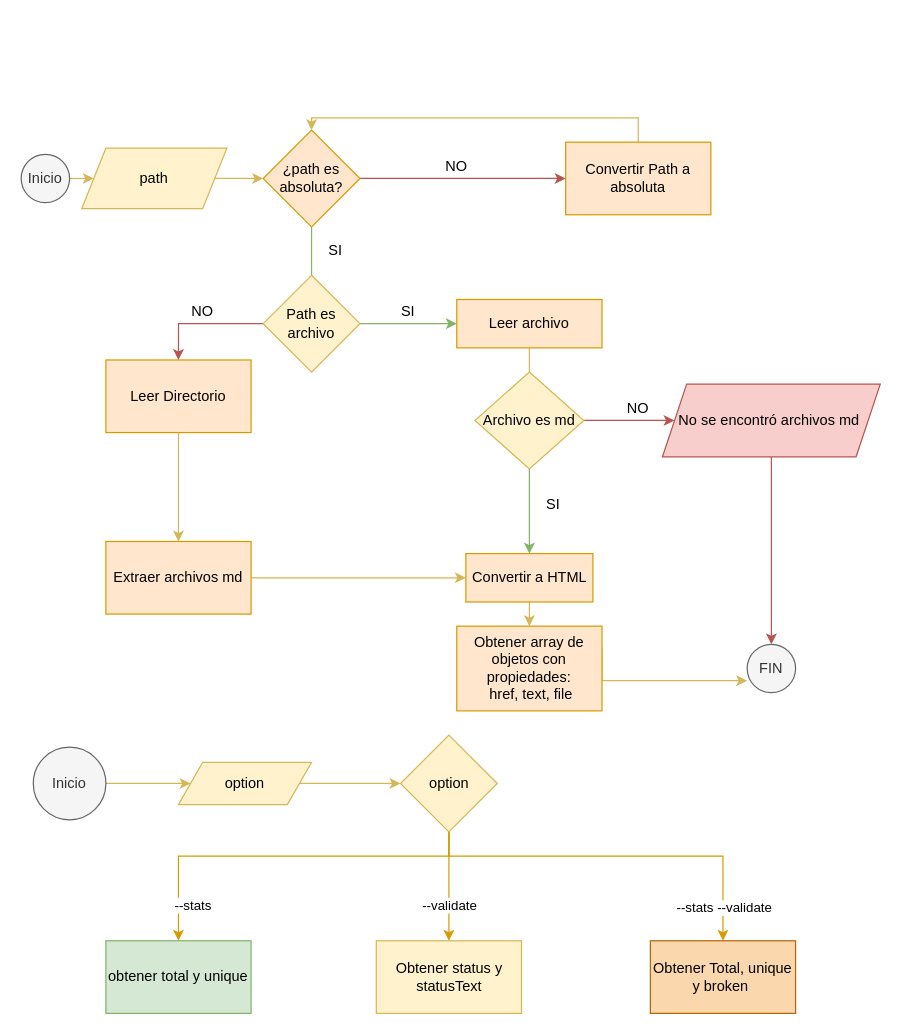
Above: Untitled Diagram.drawio in SharonHQ/LIM013-fe-md-links (draw.io), before the change. Source tidied: cells renumbered, new cells numbered last; positions are measured from the earlier drawing's top-left corner, leaving out a move shared by most shapes. Both pictures are drawn from the tidied source at 121%, with x=0, y=0 at pixel (21, 129).
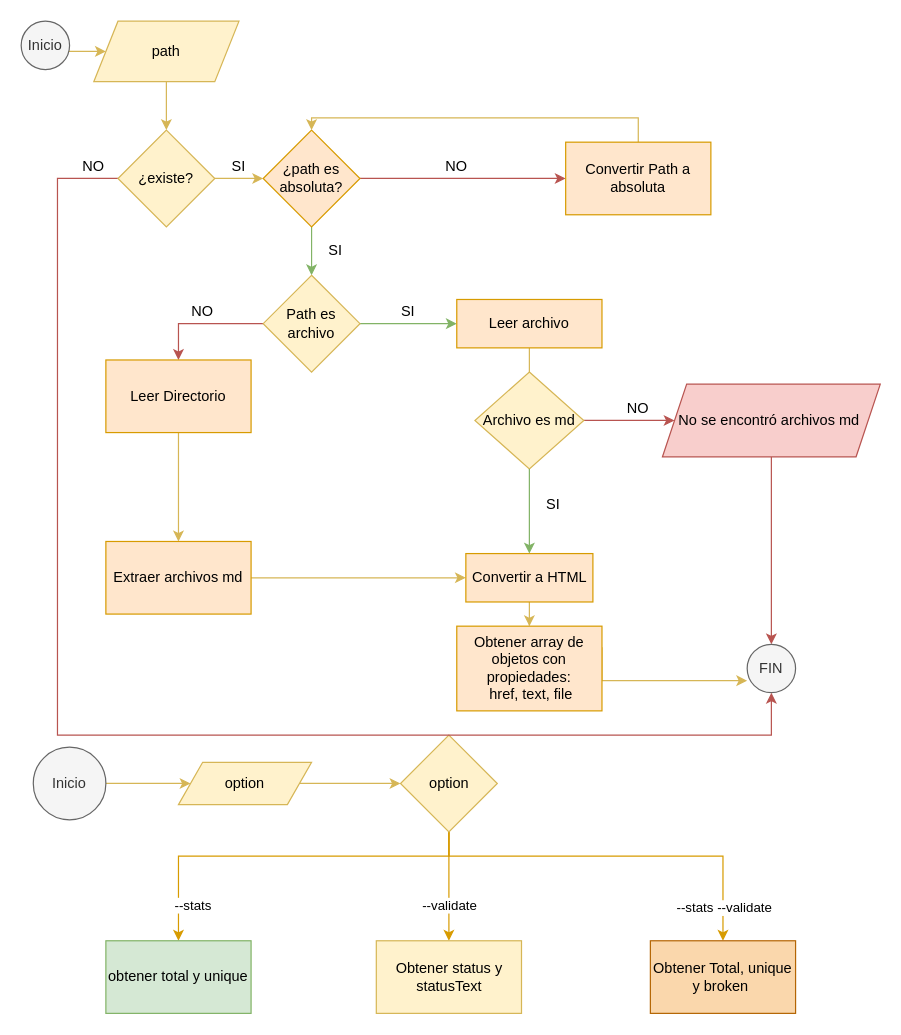
After the change.

Unchanged cells that the change refers to:
```xml
<mxCell id="8" value="¿path es absoluta?" style="rhombus;whiteSpace=wrap;html=1;fillColor=#ffe6cc;strokeColor=#d79b00;" parent="1" vertex="1">
  <mxGeometry x="200" width="80" height="80" as="geometry" />
</mxCell>
<mxCell id="17" value="Path es archivo" style="rhombus;whiteSpace=wrap;html=1;fillColor=#fff2cc;strokeColor=#d6b656;" parent="1" vertex="1">
  <mxGeometry x="200" y="120" width="80" height="80" as="geometry" />
</mxCell>
<mxCell id="26" value="FIN" style="ellipse;whiteSpace=wrap;html=1;fillColor=#f5f5f5;strokeColor=#666666;fontColor=#333333;" parent="1" vertex="1">
  <mxGeometry x="600" y="425" width="40" height="40" as="geometry" />
</mxCell>
```

The edit, as a diff of the source:
```diff
@@
-    <mxCell id="2" style="edgeStyle=orthogonalEdgeStyle;rounded=0;jettySize=auto;html=1;entryX=0;entryY=0.5;entryDx=0;entryDy=0;exitX=1;exitY=0.5;exitDx=0;exitDy=0;fillColor=#fff2cc;strokeColor=#d6b656;" parent="1" edge="1" source="3" target="5">
+    <mxCell id="2" style="edgeStyle=orthogonalEdgeStyle;rounded=0;jettySize=auto;html=1;entryX=0;entryY=0.5;entryDx=0;entryDy=0;exitX=1;exitY=1;exitDx=0;exitDy=0;fillColor=#fff2cc;strokeColor=#d6b656;" parent="1" edge="1" source="3" target="5">
       <mxGeometry relative="1" as="geometry">
         <Array as="points">
-          <mxPoint x="50" y="40" />
-          <mxPoint x="50" y="40" />
+          <mxPoint x="34" y="-65" />
         </Array>
       </mxGeometry>
     </mxCell>
     <mxCell id="3" value="Inicio" style="ellipse;whiteSpace=wrap;html=1;fillColor=#f5f5f5;strokeColor=#666666;fontColor=#333333;" parent="1" vertex="1">
-      <mxGeometry y="20" width="40" height="40" as="geometry" />
+      <mxGeometry y="-90" width="40" height="40" as="geometry" />
     </mxCell>
-    <mxCell id="4" style="edgeStyle=orthogonalEdgeStyle;rounded=0;jettySize=auto;html=1;entryX=0;entryY=0.5;entryDx=0;entryDy=0;fillColor=#fff2cc;strokeColor=#d6b656;exitX=1;exitY=0.5;exitDx=0;exitDy=0;" parent="1" edge="1" source="5" target="8">
+    <mxCell id="4" style="edgeStyle=orthogonalEdgeStyle;rounded=0;jettySize=auto;html=1;entryX=0;entryY=0.5;entryDx=0;entryDy=0;fillColor=#fff2cc;strokeColor=#d6b656;exitX=1;exitY=0.5;exitDx=0;exitDy=0;" parent="1" edge="1" source="52" target="8">
       <mxGeometry relative="1" as="geometry">
         <Array as="points">
           <mxPoint x="160" y="40" />
         </Array>
       </mxGeometry>
     </mxCell>
+    <mxCell id="50" style="edgeStyle=orthogonalEdgeStyle;rounded=0;jettySize=auto;html=1;entryX=0.5;entryY=0;entryDx=0;entryDy=0;fillColor=#fff2cc;strokeColor=#d6b656;" parent="1" edge="1" source="5" target="52">
+      <mxGeometry relative="1" as="geometry" />
+    </mxCell>
     <mxCell id="5" value="path" style="shape=parallelogram;perimeter=parallelogramPerimeter;whiteSpace=wrap;html=1;fixedSize=1;fillColor=#fff2cc;strokeColor=#d6b656;" parent="1" vertex="1">
-      <mxGeometry x="50" y="15" width="120" height="50" as="geometry" />
+      <mxGeometry x="60" y="-90" width="120" height="50" as="geometry" />
     </mxCell>
@@
     <mxCell id="7" style="edgeStyle=orthogonalEdgeStyle;rounded=0;jettySize=auto;html=1;entryX=0.5;entryY=0;entryDx=0;entryDy=0;exitX=0.5;exitY=1;exitDx=0;exitDy=0;fillColor=#d5e8d4;strokeColor=#82b366;" parent="1" edge="1" source="8" target="17">
-      <mxGeometry relative="1" as="geometry">
-        <Array as="points">
-          <mxPoint x="240" y="160" />
-          <mxPoint x="240" y="160" />
-        </Array>
-      </mxGeometry>
+      <mxGeometry relative="1" as="geometry" />
     </mxCell>
@@
+    <mxCell id="51" style="edgeStyle=orthogonalEdgeStyle;rounded=0;jettySize=auto;html=1;entryX=0.5;entryY=1;entryDx=0;entryDy=0;fillColor=#f8cecc;strokeColor=#b85450;" parent="1" edge="1" source="52" target="26">
+      <mxGeometry relative="1" as="geometry">
+        <Array as="points">
+          <mxPoint x="30" y="40" />
+          <mxPoint x="30" y="500" />
+          <mxPoint x="620" y="500" />
+        </Array>
+      </mxGeometry>
+    </mxCell>
+    <mxCell id="52" value="¿existe?" style="rhombus;whiteSpace=wrap;html=1;fillColor=#fff2cc;strokeColor=#d6b656;" parent="1" vertex="1">
+      <mxGeometry x="80" width="80" height="80" as="geometry" />
+    </mxCell>
+    <mxCell id="53" value="SI" style="text;html=1;strokeColor=none;fillColor=none;align=center;verticalAlign=middle;whiteSpace=wrap;rounded=0;" parent="1" vertex="1">
+      <mxGeometry x="160" y="20" width="40" height="20" as="geometry" />
+    </mxCell>
+    <mxCell id="54" value="NO" style="text;html=1;strokeColor=none;fillColor=none;align=center;verticalAlign=middle;whiteSpace=wrap;rounded=0;" parent="1" vertex="1">
+      <mxGeometry x="40" y="20" width="40" height="20" as="geometry" />
+    </mxCell>
```
